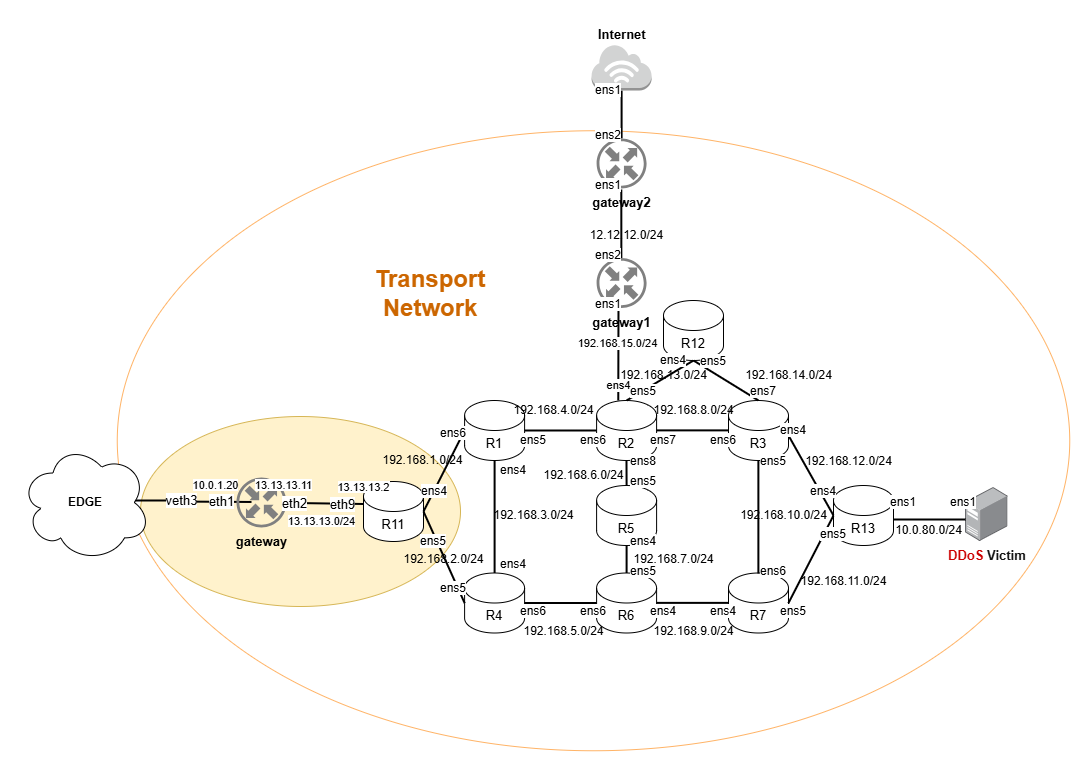
Earlier version of the draw.io export deployment-kne/mouseworld_topology/topology_tn.png (Mouseworld-Lab/NDT-EDGE). Source tidied: cells renumbered, new cells last; positions are measured from the earlier drawing's top-left corner, leaving out a move shared by most shapes.
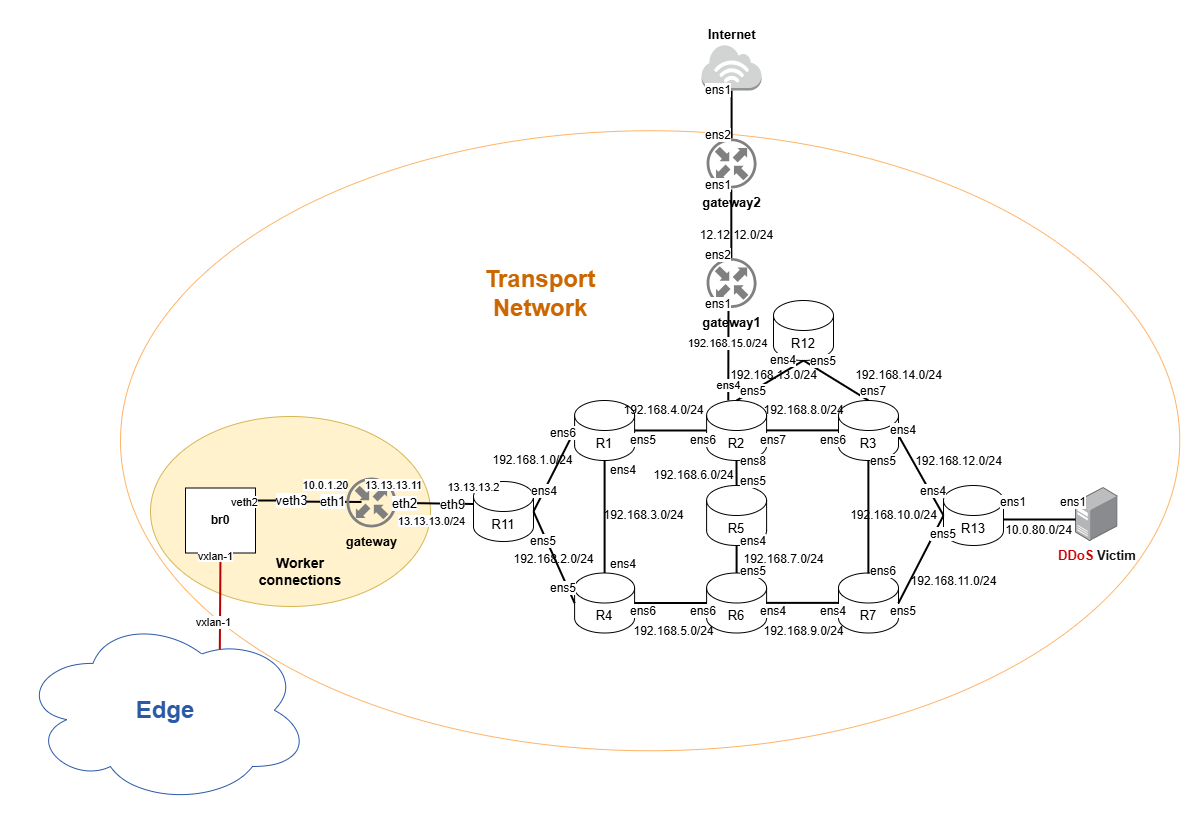
Above is the later version.

Change to the diagram source:
```diff
@@ -3,10 +3,10 @@
     <mxCell id="0" />
     <mxCell id="1" parent="0" />
     <mxCell id="2" style="ellipse;whiteSpace=wrap;html=1;strokeColor=#FFB366;" parent="1" vertex="1">
-      <mxGeometry x="96.8" y="110.2" width="952.5" height="620" as="geometry" />
+      <mxGeometry x="-10" y="110.2" width="1059.2" height="620" as="geometry" />
     </mxCell>
     <mxCell id="3" style="ellipse;whiteSpace=wrap;html=1;fillColor=#fff2cc;strokeColor=#d6b656;" parent="1" vertex="1">
-      <mxGeometry x="120" y="396" width="320" height="190" as="geometry" />
+      <mxGeometry x="20" y="396" width="280" height="190" as="geometry" />
     </mxCell>
     <mxCell id="4" style="endArrow=none;html=1;rounded=0;strokeColor=default;align=center;verticalAlign=middle;fontFamily=Helvetica;fontSize=13;fontColor=default;labelBackgroundColor=default;strokeWidth=2;fontStyle=0;endFill=0;" parent="1" edge="1">
       <mxGeometry relative="1" as="geometry">
@@ -23,9 +23,9 @@
     <mxCell id="7" value="&lt;span style=&quot;background-color: light-dark(#ffffff, var(--ge-dark-color, #121212));&quot;&gt;ens1&lt;/span&gt;" style="text;html=1;align=center;verticalAlign=middle;whiteSpace=wrap;rounded=0;" parent="1" vertex="1">
       <mxGeometry x="913" y="467" width="60" height="30" as="geometry" />
     </mxCell>
-    <mxCell id="8" value="&lt;b&gt;EDGE&lt;/b&gt;" style="ellipse;shape=cloud;whiteSpace=wrap;html=1;" parent="1" vertex="1">
-      <mxGeometry y="423.1" width="130" height="117.9" as="geometry" />
-    </mxCell>
+    <mxCell id="106" value="&lt;b&gt;br0&lt;/b&gt;" style="rounded=0;whiteSpace=wrap;html=1;" parent="1" vertex="1">
+      <mxGeometry x="55" y="467.5" width="70" height="65" as="geometry" />
+    </mxCell>
     <mxCell id="9" value="R13" style="shape=cylinder3;whiteSpace=wrap;html=1;boundedLbl=1;backgroundOutline=1;size=15;fontSize=13;fontStyle=0;" parent="1" vertex="1">
       <mxGeometry x="813" y="465" width="60" height="60" as="geometry" />
     </mxCell>
@@ -259,9 +259,30 @@
         <mxPoint x="-56" y="-2" as="offset" />
       </mxGeometry>
     </mxCell>
+    <mxCell id="107" style="endArrow=none;html=1;rounded=0;exitX=0.5;exitY=0;exitDx=0;exitDy=0;exitPerimeter=0;entryX=0.5;entryY=1;entryDx=0;entryDy=0;fillColor=#f8cecc;strokeColor=#B80000;strokeWidth=2;" parent="1" edge="1" target="106">
+      <mxGeometry relative="1" as="geometry">
+        <mxPoint x="89.2" y="642.5" as="sourcePoint" />
+      </mxGeometry>
+    </mxCell>
+    <mxCell id="108" value="&lt;div&gt;&lt;span style=&quot;font-size: 12px; text-wrap-mode: wrap; background-color: rgb(236, 236, 236);&quot;&gt;&lt;br&gt;&lt;/span&gt;&lt;/div&gt;" style="edgeLabel;html=1;align=center;verticalAlign=middle;" parent="107" vertex="1">
+      <mxGeometry x="0.83" y="1" relative="1" as="geometry">
+        <mxPoint x="173" y="-3" as="offset" />
+      </mxGeometry>
+    </mxCell>
+    <mxCell id="109" value="&lt;div&gt;&lt;br&gt;&lt;/div&gt;" style="edgeLabel;html=1;align=center;verticalAlign=middle;" parent="107" vertex="1">
+      <mxGeometry x="0.84" y="1" relative="1" as="geometry">
+        <mxPoint x="-37" y="-90" as="offset" />
+      </mxGeometry>
+    </mxCell>
     <mxCell id="79" value="&lt;span style=&quot;font-size: 11px; background-color: rgb(255, 255, 255);&quot;&gt;10.0.1.20&lt;/span&gt;" style="text;html=1;align=center;verticalAlign=middle;strokeColor=none;fillColor=none;" parent="1" vertex="1">
       <mxGeometry x="160" y="450" width="70" height="30" as="geometry" />
     </mxCell>
+    <mxCell id="110" value="&lt;span style=&quot;font-size: 11px; background-color: rgb(255, 255, 255);&quot;&gt;vxlan-1&lt;/span&gt;" style="text;html=1;align=center;verticalAlign=middle;strokeColor=none;fillColor=none;" parent="1" vertex="1">
+      <mxGeometry x="55" y="520.5" width="60" height="30" as="geometry" />
+    </mxCell>
+    <mxCell id="111" value="&lt;span style=&quot;font-size: 11px; background-color: rgb(255, 255, 255);&quot;&gt;veth2&lt;/span&gt;" style="text;html=1;align=center;verticalAlign=middle;strokeColor=none;fillColor=none;" parent="1" vertex="1">
+      <mxGeometry x="89" y="467" width="50" height="30" as="geometry" />
+    </mxCell>
     <mxCell id="80" style="endArrow=none;html=1;rounded=0;exitX=0.5;exitY=0;exitDx=0;exitDy=0;exitPerimeter=0;strokeColor=default;strokeWidth=2;align=center;verticalAlign=middle;fontFamily=Helvetica;fontSize=13;fontColor=default;labelBackgroundColor=default;endFill=0;fontStyle=0;" parent="1" edge="1">
       <mxGeometry relative="1" as="geometry">
         <mxPoint x="597.8" y="380" as="sourcePoint" />
@@ -349,5 +370,17 @@
     <mxCell id="105" value="&lt;span style=&quot;font-size: 24px;&quot;&gt;&lt;b style=&quot;&quot;&gt;&lt;font style=&quot;color: rgb(204, 102, 0);&quot;&gt;Transport&lt;/font&gt;&lt;/b&gt;&lt;/span&gt;&lt;div&gt;&lt;b style=&quot;font-size: 24px;&quot;&gt;&lt;font style=&quot;color: rgb(204, 102, 0);&quot;&gt;Network&lt;/font&gt;&lt;/b&gt;&lt;span style=&quot;font-size: 24px;&quot;&gt;&lt;b style=&quot;&quot;&gt;&lt;font style=&quot;color: rgb(204, 102, 0);&quot;&gt;&lt;/font&gt;&lt;/b&gt;&lt;/span&gt;&lt;/div&gt;" style="text;html=1;align=center;verticalAlign=middle;whiteSpace=wrap;rounded=0;" parent="1" vertex="1">
       <mxGeometry x="380" y="257.5" width="60" height="30" as="geometry" />
     </mxCell>
+    <mxCell id="112" style="ellipse;shape=cloud;whiteSpace=wrap;html=1;strokeColor=light-dark(#2A59A7,#2A59A7);" parent="1" vertex="1">
+      <mxGeometry x="-110" y="596" width="290" height="187.5" as="geometry" />
+    </mxCell>
+    <mxCell id="113" value="vxlan-1" style="edgeLabel;html=1;align=center;verticalAlign=middle;" parent="1" vertex="1">
+      <mxGeometry x="82.3" y="601.8" as="geometry" />
+    </mxCell>
+    <mxCell id="114" value="&lt;b style=&quot;&quot;&gt;&lt;font style=&quot;color: light-dark(rgb(42, 89, 167), rgb(42, 89, 167)); font-size: 24px;&quot;&gt;Edge&lt;/font&gt;&lt;/b&gt;" style="text;html=1;align=center;verticalAlign=middle;whiteSpace=wrap;rounded=0;" parent="1" vertex="1">
+      <mxGeometry x="5" y="674.8" width="60" height="30" as="geometry" />
+    </mxCell>
+    <mxCell id="115" value="&lt;span style=&quot;font-size: 14px;&quot;&gt;&lt;b&gt;Worker connections&lt;/b&gt;&lt;/span&gt;" style="text;html=1;align=center;verticalAlign=middle;whiteSpace=wrap;rounded=0;" parent="1" vertex="1">
+      <mxGeometry x="140" y="536" width="60" height="30" as="geometry" />
+    </mxCell>
   </root>
 </mxGraphModel>
```
